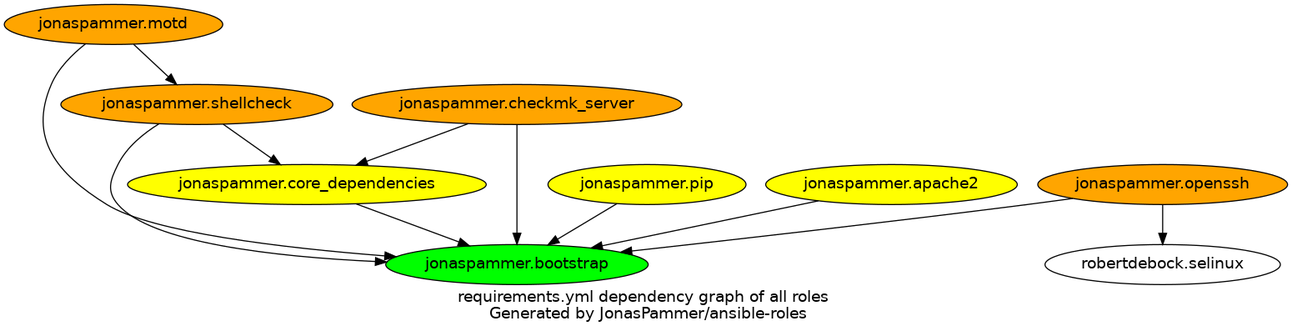
JonasPammer/ansible-roles keeps this Graphviz diagram as graphs/dependencies_ALL.png. Above is the earlier version. Its source is kept beside it as graphs/dependencies_ALL.dot.
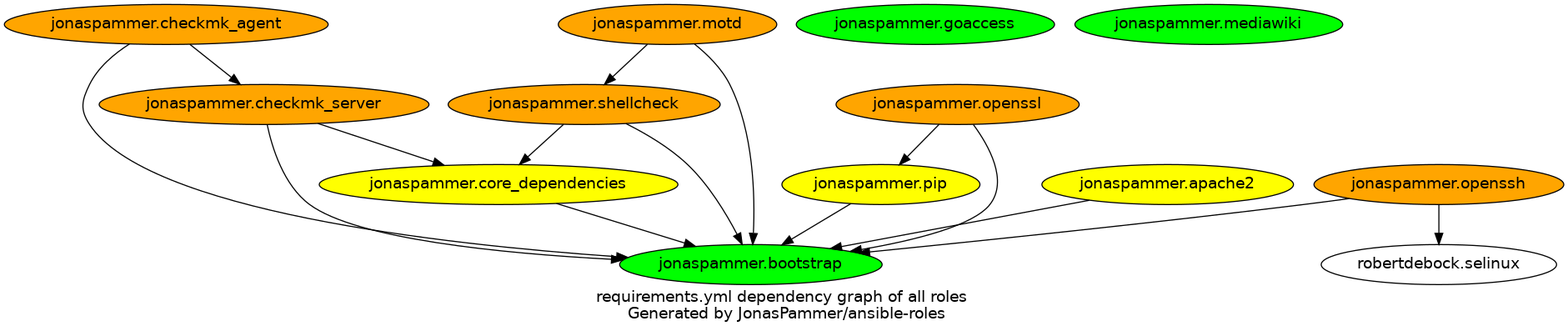
The same diagram one commit later.

Diff of the diagram source:
```diff
@@ -2,22 +2,28 @@
   label = "requirements.yml dependency graph of all roles \n Generated by JonasPammer/ansible-roles" ;
 
   {
+    "jonaspammer.apache2" [fillcolor=yellow style=filled]
     "jonaspammer.bootstrap" [fillcolor=green style=filled]
+    "jonaspammer.checkmk_agent" [fillcolor=orange style=filled]
+    "jonaspammer.checkmk_server" [fillcolor=orange style=filled]
     "jonaspammer.core_dependencies" [fillcolor=yellow style=filled]
+    "jonaspammer.goaccess" [fillcolor=green style=filled]
+    "jonaspammer.mediawiki" [fillcolor=green style=filled]
     "jonaspammer.motd" [fillcolor=orange style=filled]
     "jonaspammer.openssh" [fillcolor=orange style=filled]
+    "jonaspammer.openssl" [fillcolor=orange style=filled]
     "jonaspammer.pip" [fillcolor=yellow style=filled]
     "jonaspammer.shellcheck" [fillcolor=orange style=filled]
-    "jonaspammer.checkmk_server" [fillcolor=orange style=filled]
-    "jonaspammer.apache2" [fillcolor=yellow style=filled]
   }
 
 
+  "jonaspammer.apache2" -> {"jonaspammer.bootstrap"}
+  "jonaspammer.checkmk_agent" -> {"jonaspammer.bootstrap" "jonaspammer.checkmk_server"}
+  "jonaspammer.checkmk_server" -> {"jonaspammer.bootstrap" "jonaspammer.core_dependencies"}
   "jonaspammer.core_dependencies" -> {"jonaspammer.bootstrap"}
   "jonaspammer.motd" -> {"jonaspammer.bootstrap" "jonaspammer.shellcheck"}
   "jonaspammer.openssh" -> {"jonaspammer.bootstrap" "robertdebock.selinux"}
+  "jonaspammer.openssl" -> {"jonaspammer.pip" "jonaspammer.bootstrap"}
   "jonaspammer.pip" -> {"jonaspammer.bootstrap"}
   "jonaspammer.shellcheck" -> {"jonaspammer.bootstrap" "jonaspammer.core_dependencies"}
-  "jonaspammer.checkmk_server" -> {"jonaspammer.bootstrap" "jonaspammer.core_dependencies"}
-  "jonaspammer.apache2" -> {"jonaspammer.bootstrap"}
 }
```
